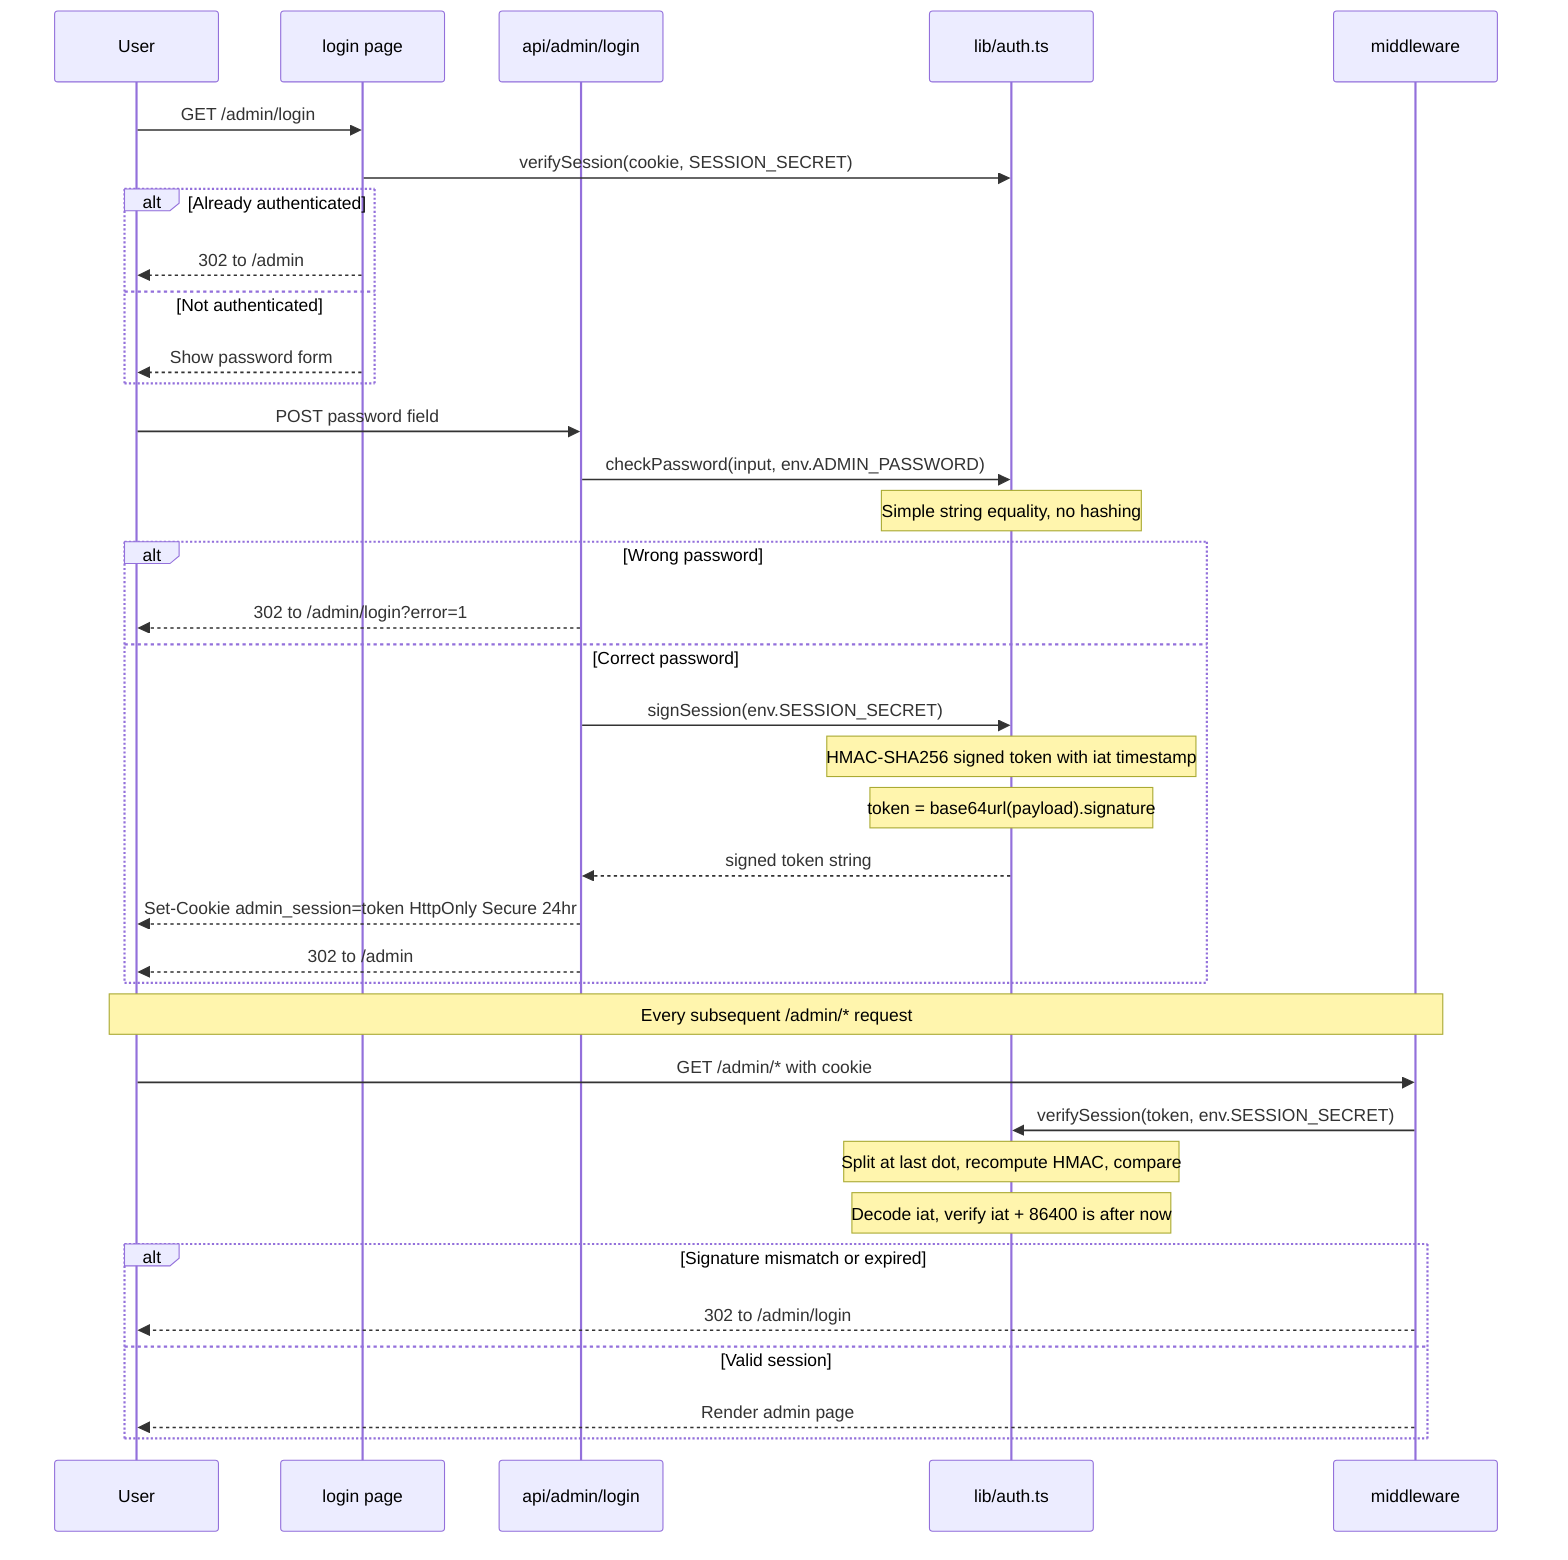
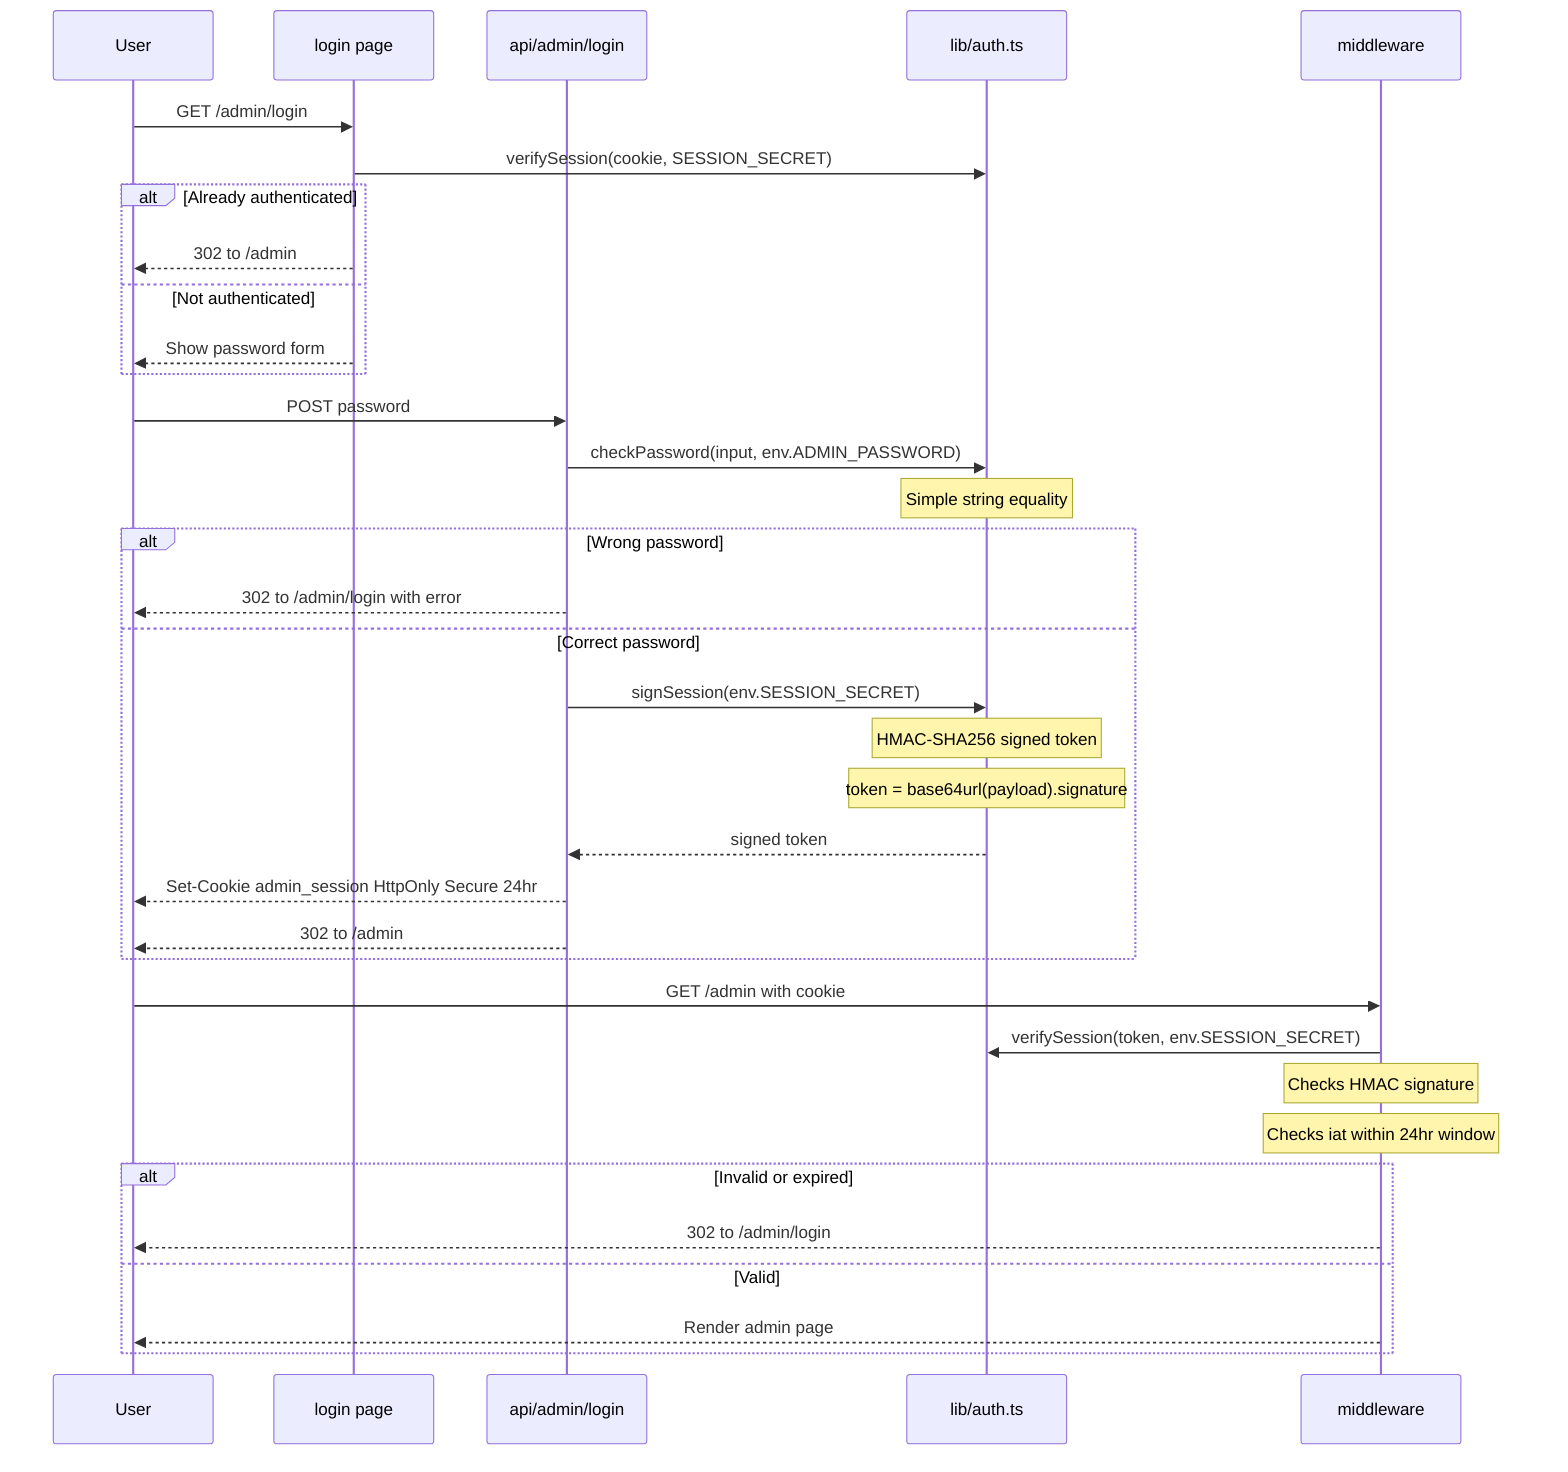
sequenceDiagram
    participant U as User
    participant LP as login page
    participant API as api/admin/login
    participant Auth as lib/auth.ts
    participant MW as middleware

    U->>LP: GET /admin/login
    LP->>Auth: verifySession(cookie, SESSION_SECRET)
    alt Already authenticated
        LP-->>U: 302 to /admin
    else Not authenticated
        LP-->>U: Show password form
    end

-     U->>API: POST password field
+     U->>API: POST password
    API->>Auth: checkPassword(input, env.ADMIN_PASSWORD)
-     note over Auth: Simple string equality, no hashing
+     note over Auth: Simple string equality
    alt Wrong password
-         API-->>U: 302 to /admin/login?error=1
+         API-->>U: 302 to /admin/login with error
    else Correct password
        API->>Auth: signSession(env.SESSION_SECRET)
-         note over Auth: HMAC-SHA256 signed token with iat timestamp
+         note over Auth: HMAC-SHA256 signed token
        note over Auth: token = base64url(payload).signature
-         Auth-->>API: signed token string
-         API-->>U: Set-Cookie admin_session=token HttpOnly Secure 24hr
+         Auth-->>API: signed token
+         API-->>U: Set-Cookie admin_session HttpOnly Secure 24hr
        API-->>U: 302 to /admin
    end

-     note over U,MW: Every subsequent /admin/* request
- 
-     U->>MW: GET /admin/* with cookie
+     U->>MW: GET /admin with cookie
    MW->>Auth: verifySession(token, env.SESSION_SECRET)
-     note over Auth: Split at last dot, recompute HMAC, compare
-     note over Auth: Decode iat, verify iat + 86400 is after now
-     alt Signature mismatch or expired
+     note over MW: Checks HMAC signature
+     note over MW: Checks iat within 24hr window
+     alt Invalid or expired
        MW-->>U: 302 to /admin/login
-     else Valid session
+     else Valid
        MW-->>U: Render admin page
    end
